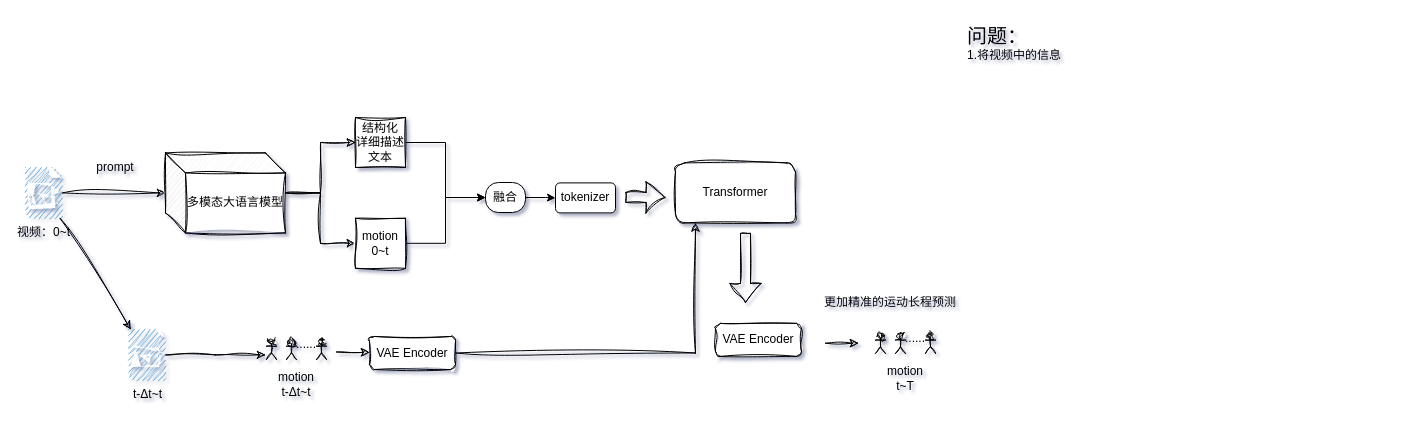
This is video2motion.drawio from 177-Liukuan/algorithm, a draw.io file, before an edit. Source tidied: cells renumbered, new cells numbered last; positions are measured from the earlier drawing's top-left corner, leaving out a move shared by most shapes. Both pictures are drawn from the tidied source at 100%, with x=0, y=0 at pixel (25, 17).
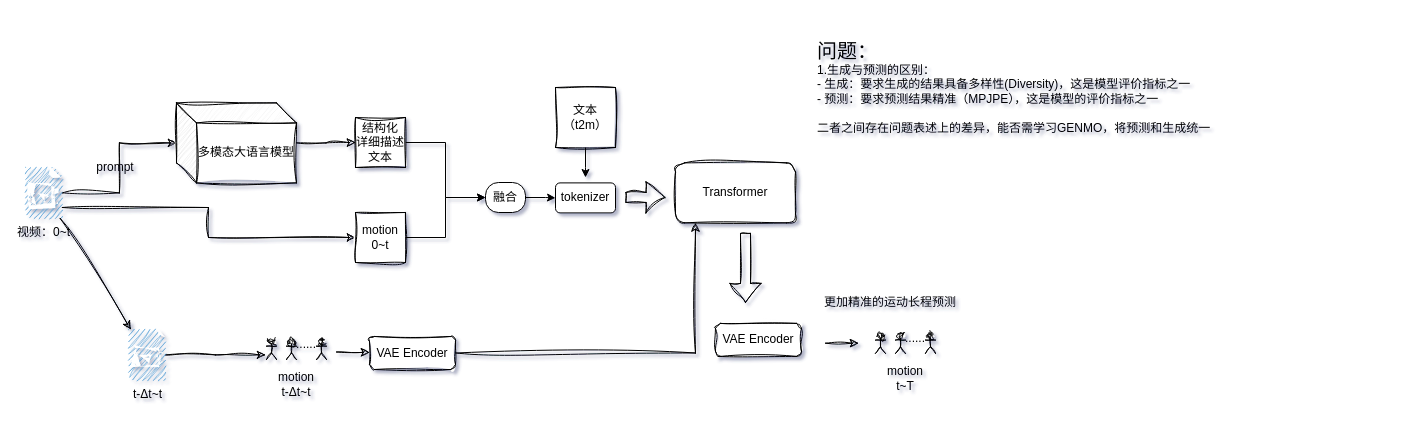
After the change.

Unchanged cells that the change refers to:
```xml
<mxCell id="3" value="视频：0~t" style="shadow=0;dashed=0;html=1;strokeColor=none;fillColor=#4495D1;labelPosition=center;verticalLabelPosition=bottom;verticalAlign=top;align=center;outlineConnect=0;shape=mxgraph.veeam.video_file;sketch=1;curveFitting=1;jiggle=2;" parent="1" vertex="1">
  <mxGeometry y="150" width="36.8" height="50.8" as="geometry" />
</mxCell>
```

What changed in the source:
```diff
@@
-    <mxCell id="5" style="edgeStyle=orthogonalEdgeStyle;rounded=0;jettySize=auto;html=1;entryX=0;entryY=0.5;entryDx=0;entryDy=0;sketch=1;curveFitting=1;jiggle=2;" parent="1" edge="1" source="6" target="33">
-      <mxGeometry relative="1" as="geometry" />
+    <mxCell id="5" style="edgeStyle=orthogonalEdgeStyle;rounded=0;jettySize=auto;html=1;entryX=0;entryY=0.5;entryDx=0;entryDy=0;sketch=1;curveFitting=1;jiggle=2;" parent="1" edge="1" source="3" target="33">
+      <mxGeometry relative="1" as="geometry">
+        <Array as="points">
+          <mxPoint x="183" y="190" />
+          <mxPoint x="183" y="220" />
+          <mxPoint x="330" y="220" />
+        </Array>
+      </mxGeometry>
     </mxCell>
     <mxCell id="6" value="多模态大语言模型" style="shape=cube;whiteSpace=wrap;html=1;boundedLbl=1;backgroundOutline=1;darkOpacity=0.05;darkOpacity2=0.1;sketch=1;curveFitting=1;jiggle=2;shadow=0;" parent="1" vertex="1">
-      <mxGeometry x="140" y="135.4" width="120" height="80" as="geometry" />
+      <mxGeometry x="151" y="85.4" width="120" height="80" as="geometry" />
     </mxCell>
@@
-    <mxCell id="28" value="&lt;font style=&quot;font-size: 20px;&quot;&gt;问题：&lt;/font&gt;&lt;div&gt;1.将视频中的信息&lt;/div&gt;" style="text;html=1;whiteSpace=wrap;strokeColor=none;fillColor=none;align=left;verticalAlign=top;rounded=0;sketch=1;curveFitting=1;jiggle=2;" parent="1" vertex="1">
-      <mxGeometry x="940" width="420" height="230" as="geometry" />
+    <mxCell id="28" value="&lt;font style=&quot;font-size: 20px;&quot;&gt;问题：&lt;/font&gt;&lt;div&gt;1.生成与预测的区别：&lt;/div&gt;&lt;div&gt;- 生成：要求生成的结果具备多样性(Diversity)，这是模型评价指标之一&lt;/div&gt;&lt;div&gt;- 预测：要求预测结果精准（MPJPE），这是模型的评价指标之一&lt;/div&gt;&lt;div&gt;&lt;br&gt;&lt;/div&gt;&lt;div&gt;二者之间存在问题表述上的差异，能否需学习GENMO，将预测和生成统一&lt;/div&gt;" style="text;html=1;whiteSpace=wrap;strokeColor=none;fillColor=none;align=left;verticalAlign=top;rounded=0;sketch=1;curveFitting=1;jiggle=2;" parent="1" vertex="1">
+      <mxGeometry x="790" y="15" width="420" height="230" as="geometry" />
     </mxCell>
@@
     <mxCell id="33" value="motion&lt;br&gt;0~t" style="whiteSpace=wrap;html=1;sketch=1;curveFitting=1;jiggle=2;" parent="1" vertex="1">
-      <mxGeometry x="330" y="200.8" width="50" height="50" as="geometry" />
+      <mxGeometry x="330" y="195" width="50" height="50" as="geometry" />
     </mxCell>
@@
+    <mxCell id="38" style="edgeStyle=orthogonalEdgeStyle;rounded=0;jettySize=auto;html=1;" parent="1" edge="1" source="39">
+      <mxGeometry relative="1" as="geometry">
+        <mxPoint x="560" y="160" as="targetPoint" />
+      </mxGeometry>
+    </mxCell>
+    <mxCell id="39" value="文本（t2m）" style="whiteSpace=wrap;html=1;sketch=1;curveFitting=1;jiggle=2;" parent="1" vertex="1">
+      <mxGeometry x="530" y="70" width="60" height="60" as="geometry" />
+    </mxCell>
```
